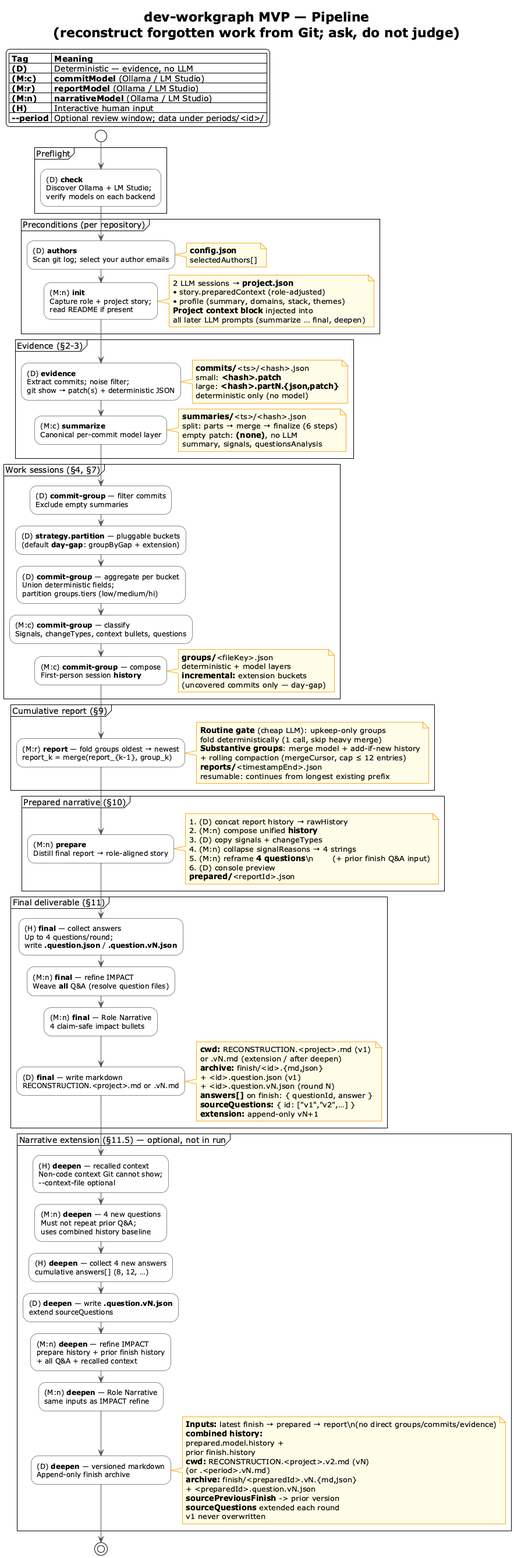
This is img/dev-workgraph-pipeline.png from vzakharchenko/dev-workgraph, a PlantUML export, as it was before one commit.
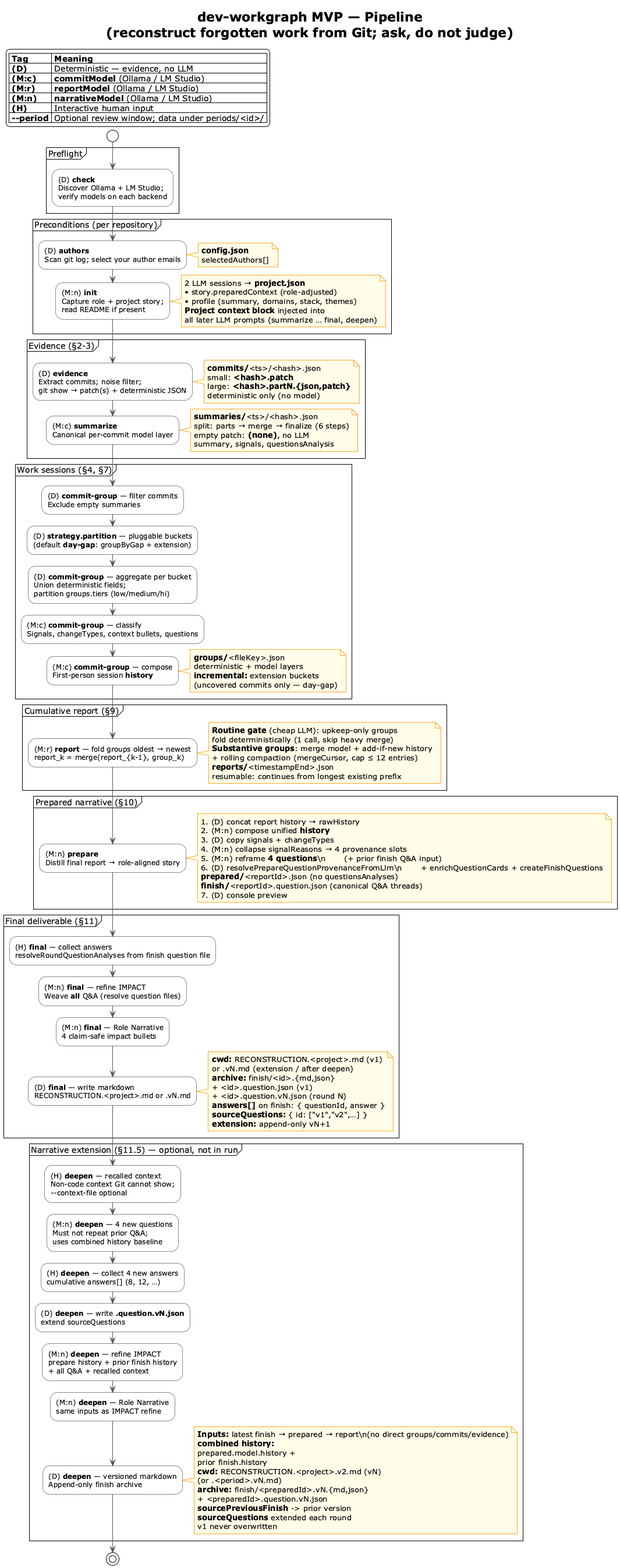
The same file after the commit.

Diff of the diagram source:
```diff
@@ -91,15 +91,17 @@
     1. (D) concat report history → rawHistory
     2. (M:n) compose unified **history**
     3. (D) copy signals + changeTypes
-    4. (M:n) collapse signalReasons → 4 strings
+    4. (M:n) collapse signalReasons → 4 provenance slots
     5. (M:n) reframe **4 questions**\n       (+ prior finish Q&A input)
-    6. (D) console preview
-    **prepared/**<reportId>.json
+    6. (D) resolvePrepareQuestionProvenanceFromLlm\n       + enrichQuestionCards + createFinishQuestions
+    **prepared/**<reportId>.json (no questionsAnalyses)
+    **finish/**<reportId>.question.json (canonical Q&A threads)
+    7. (D) console preview
   end note
 }
 
 partition "Final deliverable (§11)" {
-  :(H) **final** — collect answers\nUp to 4 questions/round;\nwrite **.question.json** / **.question.vN.json**;
+  :(H) **final** — collect answers\nresolveRoundQuestionAnalyses from finish question file;
   :(M:n) **final** — refine IMPACT\nWeave **all** Q&A (resolve question files);
   :(M:n) **final** — Role Narrative\n4 claim-safe impact bullets;
   :(D) **final** — write markdown\nRECONSTRUCTION.<project>.md or .vN.md;
```
